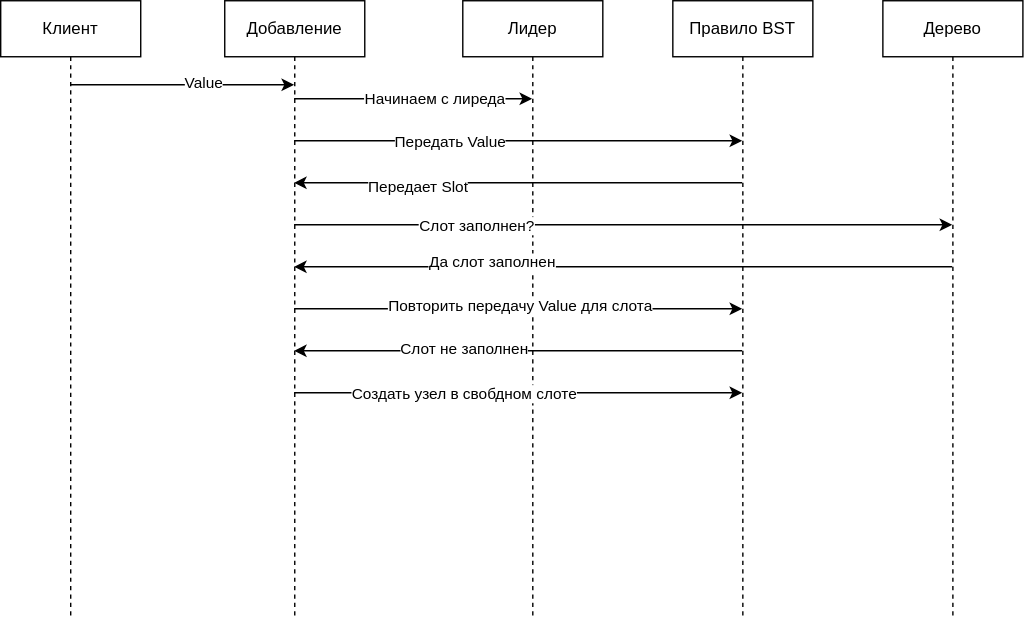
kosukhin/catalog keeps this draw.io diagram as База/Структуры данных/2. Быстро находить данные и проверять условия/2.3. Проверять принадлежность и уникальность/Множество (Set)/TreeSetAvl.sequence.drawio.svg. Above is the earlier version. Source tidied: cells renumbered, new cells last; positions are measured from the earlier drawing's top-left corner, leaving out a move shared by most shapes.
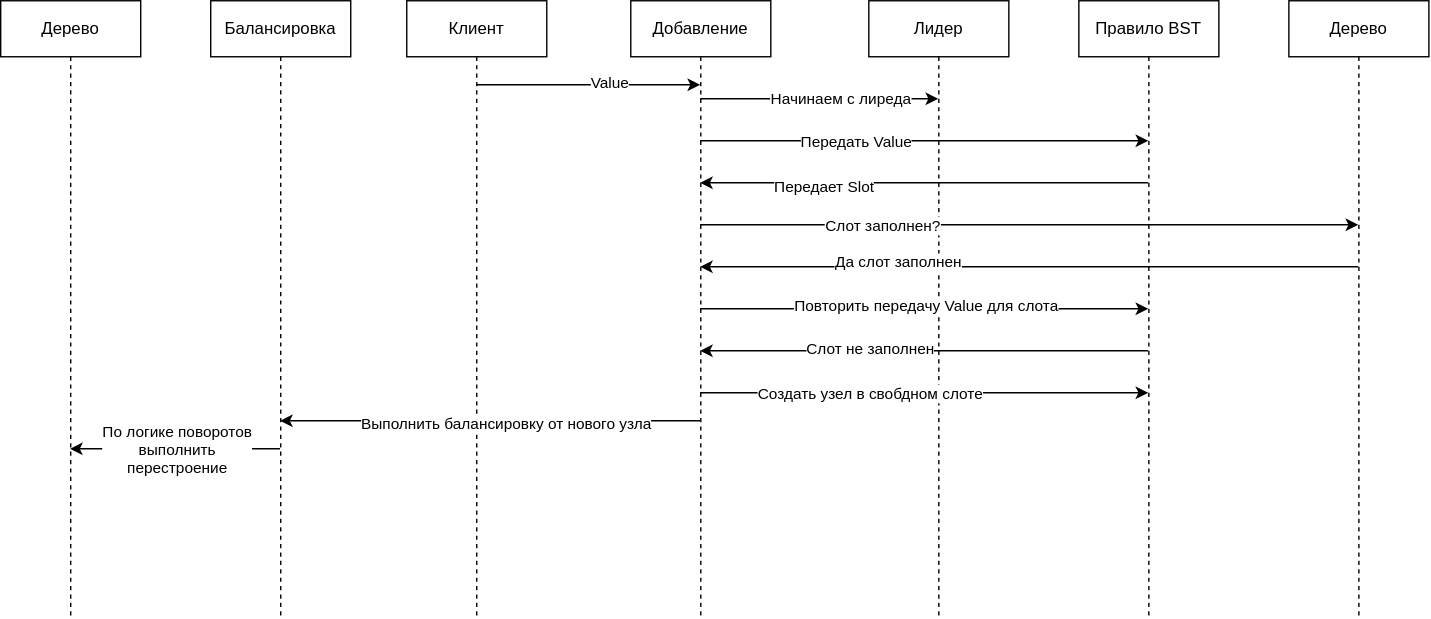
After the change.

The edit, as a diff of the source:
```diff
@@ -115,5 +115,35 @@
         <mxPoint x="45" as="offset" />
       </mxGeometry>
     </mxCell>
+    <mxCell id="25" value="Балансировка" style="shape=umlLifeline;perimeter=lifelinePerimeter;whiteSpace=wrap;html=1;outlineConnect=0;portConstraint=eastwest;newEdgeStyle={&quot;edgeStyle&quot;:&quot;sequenceEdgeStyle&quot;,&quot;libavoidRouting&quot;:0,&quot;curved&quot;:0,&quot;rounded&quot;:0};" parent="1" vertex="1">
+      <mxGeometry x="-140" width="100" height="440" as="geometry" />
+    </mxCell>
+    <mxCell id="26" style="edgeStyle=sequenceEdgeStyle;html=1;libavoidRouting=0;curved=0;rounded=0;" parent="1" edge="1" source="3" target="25">
+      <mxGeometry relative="1" as="geometry">
+        <Array as="points">
+          <mxPoint x="59.5" y="300" />
+        </Array>
+      </mxGeometry>
+    </mxCell>
+    <mxCell id="27" value="Выполнить балансировку от нового узла" style="edgeLabel;html=1;align=center;verticalAlign=middle;" parent="26" vertex="1">
+      <mxGeometry x="-0.32" y="1" relative="1" as="geometry">
+        <mxPoint x="-37" as="offset" />
+      </mxGeometry>
+    </mxCell>
+    <mxCell id="28" value="Дерево" style="shape=umlLifeline;perimeter=lifelinePerimeter;whiteSpace=wrap;html=1;outlineConnect=0;portConstraint=eastwest;newEdgeStyle={&quot;edgeStyle&quot;:&quot;sequenceEdgeStyle&quot;,&quot;libavoidRouting&quot;:0,&quot;curved&quot;:0,&quot;rounded&quot;:0};" parent="1" vertex="1">
+      <mxGeometry x="-290" width="100" height="440" as="geometry" />
+    </mxCell>
+    <mxCell id="29" style="edgeStyle=sequenceEdgeStyle;html=1;libavoidRouting=0;curved=0;rounded=0;" parent="1" edge="1" source="25" target="28">
+      <mxGeometry relative="1" as="geometry">
+        <Array as="points">
+          <mxPoint x="-200" y="320" />
+        </Array>
+      </mxGeometry>
+    </mxCell>
+    <mxCell id="30" value="По логике поворотов&lt;div&gt;&amp;nbsp;выполнить&amp;nbsp;&lt;/div&gt;&lt;div&gt;перестроение&lt;/div&gt;" style="edgeLabel;html=1;align=center;verticalAlign=middle;" parent="29" vertex="1">
+      <mxGeometry x="-0.21" relative="1" as="geometry">
+        <mxPoint x="-15" as="offset" />
+      </mxGeometry>
+    </mxCell>
   </root>
 </mxGraphModel>
```
